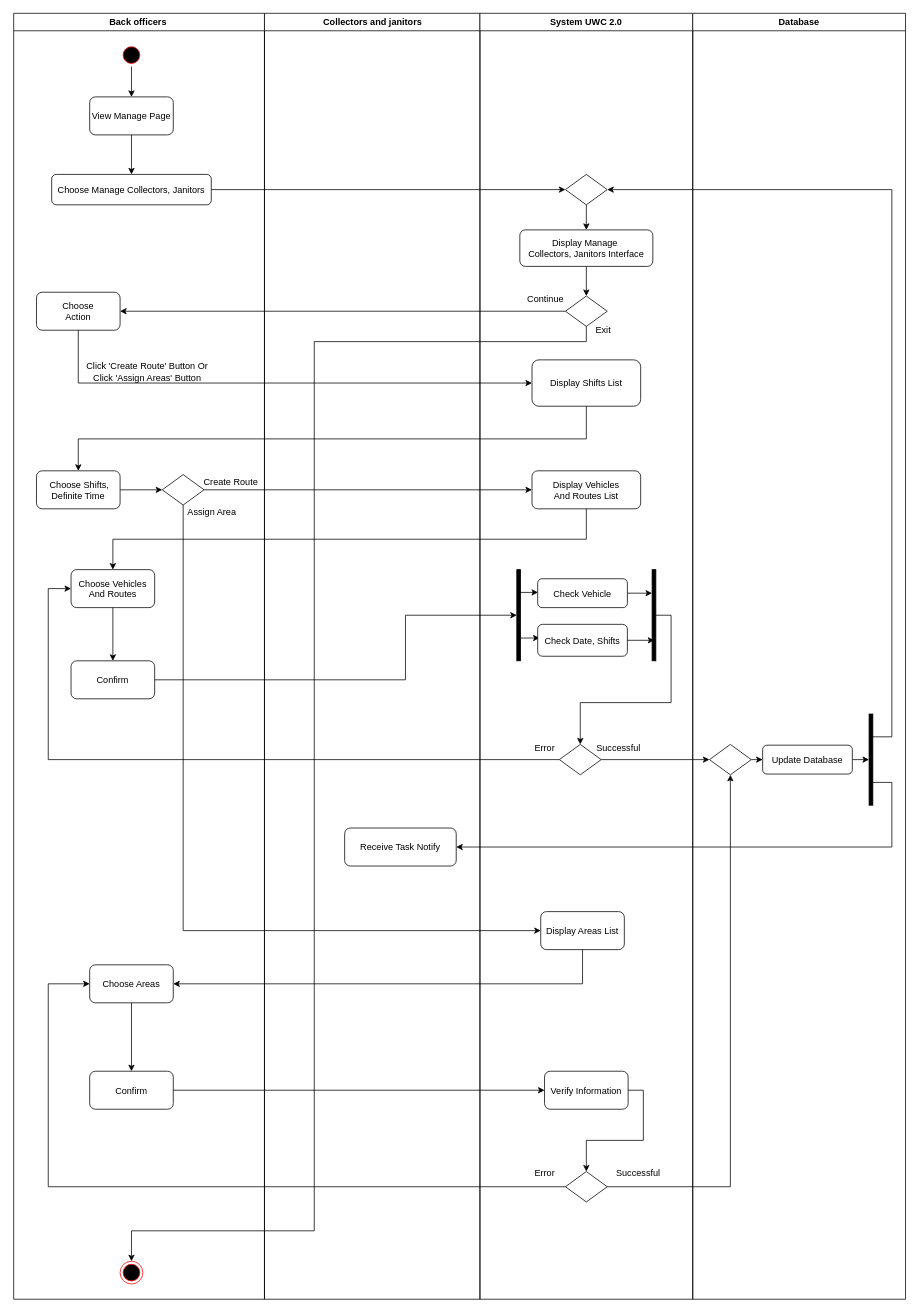
Before: Task 2/2.1/Activity-Diagram-Task-Assignment.drawio in astr0tas/SE-with-Da-Bois---UWC-2.0, a draw.io diagram. Source tidied: cells renumbered, new cells numbered last; positions are measured from the earlier drawing's top-left corner, leaving out a move shared by most shapes. Both pictures are drawn from the tidied source at 76%, with x=0, y=0 at pixel (13, 13).
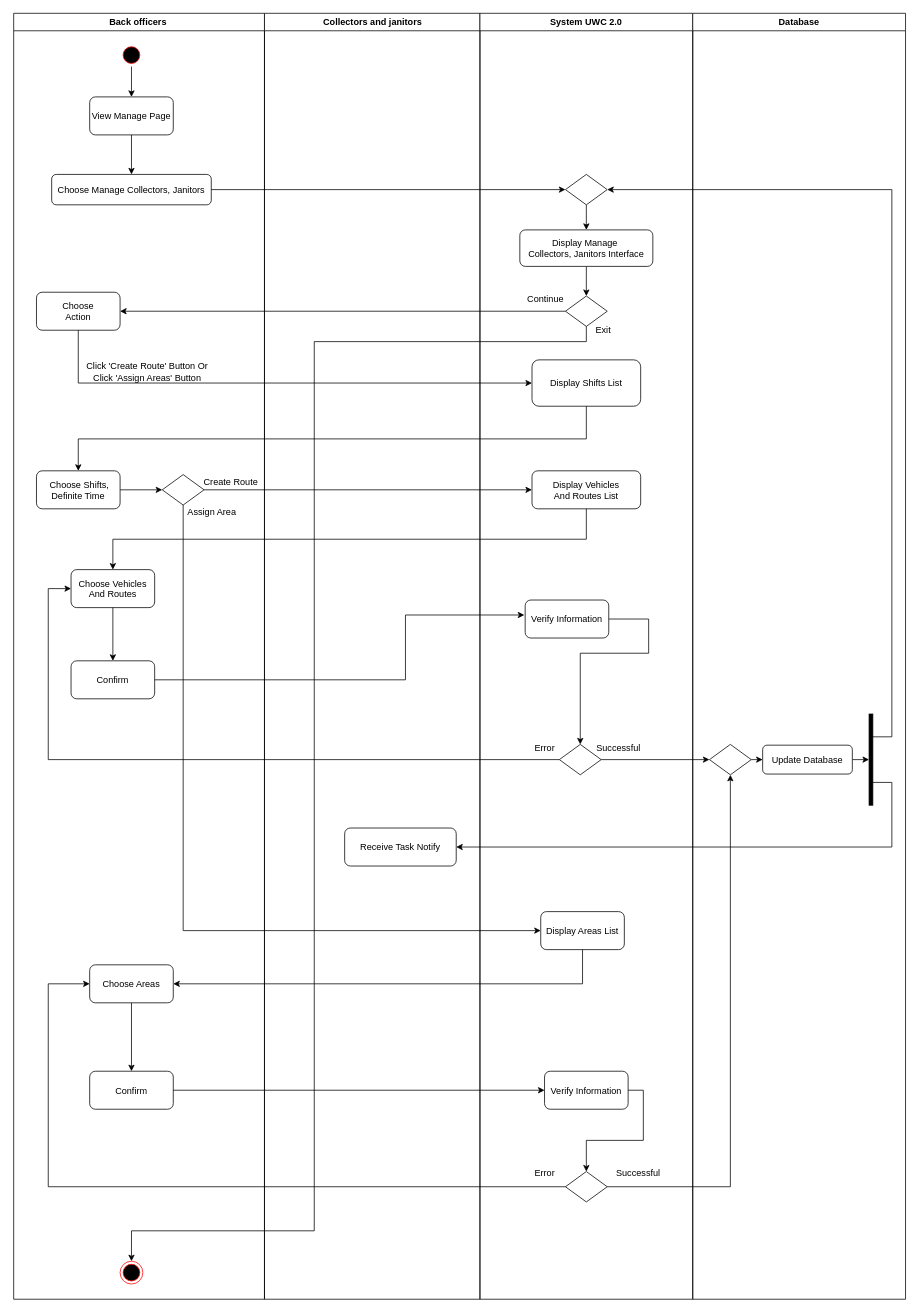
Above is the later version.

Unchanged cells that the change refers to:
```xml
<mxCell id="18" value="Confirm" style="rounded=1;" parent="2" vertex="1">
  <mxGeometry x="75.5" y="852" width="110" height="50" as="geometry" />
</mxCell>
<mxCell id="25" value="System UWC 2.0" style="swimlane;whiteSpace=wrap;startSize=23;" parent="1" vertex="1">
  <mxGeometry x="614" width="280" height="1692" as="geometry" />
</mxCell>
<mxCell id="30" style="rhombus;" parent="25" vertex="1">
  <mxGeometry x="104.5" y="962" width="55" height="40" as="geometry" />
</mxCell>
```

The edit, as a diff of the source:
```diff
@@
-    <mxCell id="40" style="edgeStyle=orthogonalEdgeStyle;rounded=0;jettySize=auto;html=1;exitX=1;exitY=0.75;exitDx=0;exitDy=0;" parent="25" edge="1" source="42">
-      <mxGeometry relative="1" as="geometry">
-        <mxPoint x="78.5" y="822" as="targetPoint" />
-      </mxGeometry>
-    </mxCell>
-    <mxCell id="41" style="edgeStyle=orthogonalEdgeStyle;rounded=0;jettySize=auto;html=1;exitX=0;exitY=0.25;exitDx=0;exitDy=0;" parent="25" edge="1" source="42">
-      <mxGeometry relative="1" as="geometry">
-        <mxPoint x="76.5" y="762" as="targetPoint" />
-      </mxGeometry>
-    </mxCell>
-    <mxCell id="42" style="whiteSpace=wrap;strokeColor=#000000;fillColor=#000000;" parent="25" vertex="1">
-      <mxGeometry x="48.5" y="732" width="5" height="120" as="geometry" />
-    </mxCell>
-    <mxCell id="43" value="Check Vehicle" style="rounded=1;" parent="25" vertex="1">
-      <mxGeometry x="76" y="744" width="118" height="38" as="geometry" />
-    </mxCell>
-    <mxCell id="44" style="edgeStyle=none;rounded=0;jettySize=auto;html=1;exitX=1;exitY=0.5;exitDx=0;exitDy=0;" parent="25" edge="1" source="48">
-      <mxGeometry relative="1" as="geometry">
-        <mxPoint x="159.5" y="825" as="targetPoint" />
-      </mxGeometry>
-    </mxCell>
-    <mxCell id="45" style="edgeStyle=none;rounded=0;jettySize=auto;html=1;exitX=1;exitY=0.5;exitDx=0;exitDy=0;" parent="25" edge="1" source="48">
-      <mxGeometry relative="1" as="geometry">
-        <mxPoint x="149.5" y="825" as="targetPoint" />
-      </mxGeometry>
-    </mxCell>
-    <mxCell id="46" style="edgeStyle=none;rounded=0;jettySize=auto;html=1;exitX=1;exitY=0.5;exitDx=0;exitDy=0;" parent="25" edge="1" source="48">
-      <mxGeometry relative="1" as="geometry">
-        <mxPoint x="159.5" y="825" as="targetPoint" />
-      </mxGeometry>
-    </mxCell>
-    <mxCell id="47" style="edgeStyle=none;rounded=0;jettySize=auto;html=1;exitX=1;exitY=0.5;exitDx=0;exitDy=0;" parent="25" edge="1" source="48">
-      <mxGeometry relative="1" as="geometry">
-        <mxPoint x="229.5" y="825" as="targetPoint" />
-      </mxGeometry>
-    </mxCell>
-    <mxCell id="48" value="Check Date, Shifts" style="rounded=1;" parent="25" vertex="1">
-      <mxGeometry x="76" y="804" width="118" height="42" as="geometry" />
-    </mxCell>
-    <mxCell id="49" style="edgeStyle=orthogonalEdgeStyle;rounded=0;jettySize=auto;html=1;exitX=1;exitY=0.5;exitDx=0;exitDy=0;entryX=0.5;entryY=0;entryDx=0;entryDy=0;" parent="25" edge="1" source="50" target="30">
-      <mxGeometry relative="1" as="geometry" />
+    <mxCell id="49" style="edgeStyle=orthogonalEdgeStyle;rounded=0;jettySize=auto;html=1;entryX=0.5;entryY=0;entryDx=0;entryDy=0;exitX=1;exitY=0.5;exitDx=0;exitDy=0;" parent="25" edge="1" source="79" target="30">
+      <mxGeometry relative="1" as="geometry">
+        <Array as="points">
+          <mxPoint x="222" y="797" />
+          <mxPoint x="222" y="842" />
+          <mxPoint x="132" y="842" />
+        </Array>
+      </mxGeometry>
     </mxCell>
-    <mxCell id="50" style="whiteSpace=wrap;strokeColor=#000000;fillColor=#000000;" parent="25" vertex="1">
-      <mxGeometry x="226.5" y="732" width="5" height="120" as="geometry" />
-    </mxCell>
-    <mxCell id="51" style="edgeStyle=orthogonalEdgeStyle;rounded=0;jettySize=auto;html=1;exitX=1;exitY=0.5;exitDx=0;exitDy=0;entryX=0;entryY=0.25;entryDx=0;entryDy=0;" parent="25" edge="1" source="43" target="50">
-      <mxGeometry relative="1" as="geometry" />
-    </mxCell>
@@
+    <mxCell id="79" value="Verify Information" style="rounded=1;strokeColor=#000000;fillColor=#FFFFFF;" parent="25" vertex="1">
+      <mxGeometry x="59.5" y="772" width="110" height="50" as="geometry" />
+    </mxCell>
@@
-    <mxCell id="73" style="edgeStyle=orthogonalEdgeStyle;rounded=0;jettySize=auto;html=1;exitX=1;exitY=0.5;exitDx=0;exitDy=0;entryX=0;entryY=0.5;entryDx=0;entryDy=0;" parent="1" edge="1" source="18" target="42">
+    <mxCell id="73" style="edgeStyle=orthogonalEdgeStyle;rounded=0;jettySize=auto;html=1;exitX=1;exitY=0.5;exitDx=0;exitDy=0;entryX=-0.01;entryY=0.394;entryDx=0;entryDy=0;entryPerimeter=0;" parent="1" edge="1" source="18" target="79">
       <mxGeometry relative="1" as="geometry">
         <Array as="points">
           <mxPoint x="516" y="877" />
           <mxPoint x="516" y="792" />
         </Array>
       </mxGeometry>
     </mxCell>
```
